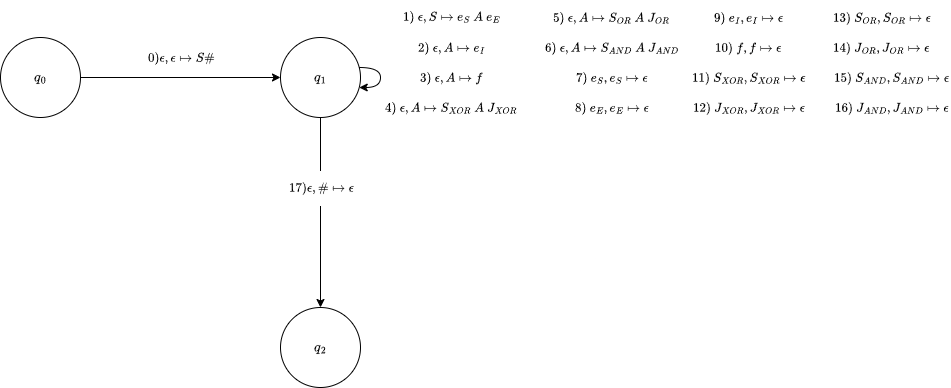
madebyams/bachelorthesis keeps this draw.io diagram as Graphics/Kellerautomat.png. Above is the earlier version. Source tidied: cells renumbered, new cells last; positions are measured from the earlier drawing's top-left corner, leaving out a move shared by most shapes.
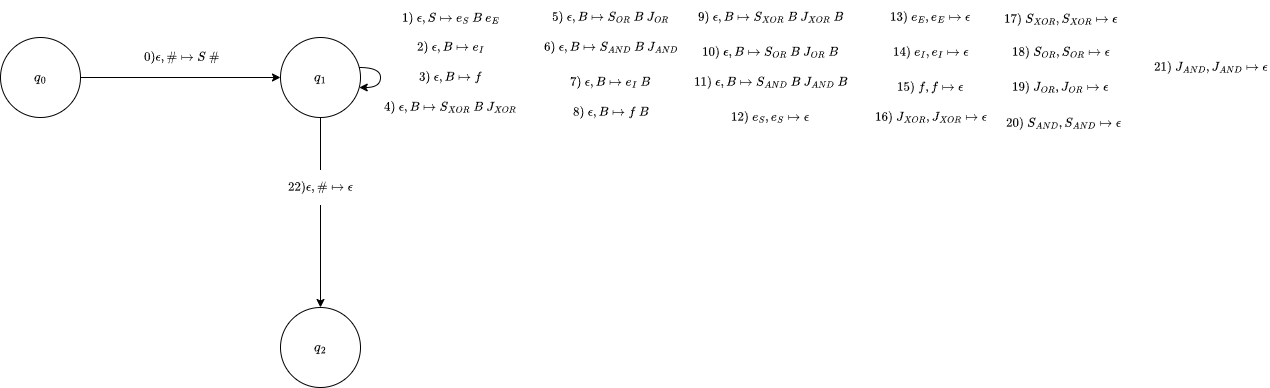
After the change.

Change to the diagram source:
```diff
@@ -5,7 +5,7 @@
     <mxCell id="2" style="edgeStyle=orthogonalEdgeStyle;rounded=0;jettySize=auto;html=1;entryX=0;entryY=0.5;entryDx=0;entryDy=0;" parent="1" edge="1" source="4" target="7">
       <mxGeometry relative="1" as="geometry" />
     </mxCell>
-    <mxCell id="3" value="$$0) \epsilon, \epsilon \mapsto S \#$$" style="edgeLabel;html=1;align=center;verticalAlign=middle;" parent="2" vertex="1">
+    <mxCell id="3" value="$$0) \epsilon, \# \mapsto S\ \#$$" style="edgeLabel;html=1;align=center;verticalAlign=middle;" parent="2" vertex="1">
       <mxGeometry x="-0.17" relative="1" as="geometry">
         <mxPoint x="17" y="-20" as="offset" />
       </mxGeometry>
@@ -16,7 +16,7 @@
     <mxCell id="5" style="edgeStyle=orthogonalEdgeStyle;rounded=0;jettySize=auto;html=1;entryX=0.5;entryY=0;entryDx=0;entryDy=0;" parent="1" edge="1" source="7" target="8">
       <mxGeometry relative="1" as="geometry" />
     </mxCell>
-    <mxCell id="6" value="$$17) \epsilon, \# \mapsto \epsilon$$" style="edgeLabel;html=1;align=center;verticalAlign=middle;" parent="5" vertex="1">
+    <mxCell id="6" value="$$22) \epsilon, \# \mapsto \epsilon$$" style="edgeLabel;html=1;align=center;verticalAlign=middle;" parent="5" vertex="1">
       <mxGeometry x="-0.27" relative="1" as="geometry" />
     </mxCell>
     <mxCell id="7" value="$$q_1$$" style="ellipse;whiteSpace=wrap;html=1;" parent="1" vertex="1">
@@ -28,58 +28,77 @@
     <mxCell id="9" style="edgeStyle=orthogonalEdgeStyle;rounded=0;orthogonalLoop=1;jettySize=auto;html=1;innerLoopWaypoints=1;curved=1;" parent="1" edge="1" source="7" target="7">
       <mxGeometry relative="1" as="geometry" />
     </mxCell>
-    <mxCell id="10" value="$$1)\ \epsilon, S \mapsto e_S \ A \ e_E$$" style="edgeLabel;html=1;align=center;verticalAlign=middle;" parent="9" vertex="1">
+    <mxCell id="10" value="$$1)\ \epsilon, S \mapsto e_S \ B \ e_E$$" style="edgeLabel;html=1;align=center;verticalAlign=middle;" parent="9" vertex="1">
       <mxGeometry x="0.16" y="-1" relative="1" as="geometry">
         <mxPoint x="71" y="-65" as="offset" />
       </mxGeometry>
     </mxCell>
-    <mxCell id="11" value="$$2)\ \epsilon, A \mapsto e_I$$" style="edgeLabel;html=1;align=center;verticalAlign=middle;" parent="1" vertex="1">
+    <mxCell id="11" value="$$2)\ \epsilon, B \mapsto e_I$$" style="edgeLabel;html=1;align=center;verticalAlign=middle;" parent="1" vertex="1">
       <mxGeometry x="450" y="30" as="geometry" />
     </mxCell>
-    <mxCell id="12" value="$$3)\ \epsilon, A \mapsto f$$" style="edgeLabel;html=1;align=center;verticalAlign=middle;" parent="1" vertex="1">
+    <mxCell id="12" value="$$3)\ \epsilon, B \mapsto f$$" style="edgeLabel;html=1;align=center;verticalAlign=middle;" parent="1" vertex="1">
       <mxGeometry x="450" y="60" as="geometry" />
     </mxCell>
-    <mxCell id="13" value="$$4)\ \epsilon, A \mapsto S_{XOR}\ A\ J_{XOR}$$" style="edgeLabel;html=1;align=center;verticalAlign=middle;" parent="1" vertex="1">
+    <mxCell id="13" value="$$4)\ \epsilon, B \mapsto S_{XOR}\ B\ J_{XOR}$$" style="edgeLabel;html=1;align=center;verticalAlign=middle;" parent="1" vertex="1">
       <mxGeometry x="450" y="90" as="geometry" />
     </mxCell>
     <mxCell id="14" value="$$5)\ \epsilon, A \mapsto S_{OR}\ A\ J_{OR}$$" style="edgeLabel;html=1;align=center;verticalAlign=middle;" parent="1" vertex="1">
       <mxGeometry x="610" as="geometry" />
     </mxCell>
-    <mxCell id="15" value="$$5)\ \epsilon, A \mapsto S_{OR}\ A\ J_{OR}$$" style="edgeLabel;html=1;align=center;verticalAlign=middle;" parent="1" vertex="1">
+    <mxCell id="15" value="$$5)\ \epsilon, B \mapsto S_{OR}\ B\ J_{OR}$$" style="edgeLabel;html=1;align=center;verticalAlign=middle;" parent="1" vertex="1">
       <mxGeometry x="610" as="geometry" />
     </mxCell>
-    <mxCell id="16" value="$$6)\ \epsilon, A \mapsto S_{AND}\ A\ J_{AND}$$" style="edgeLabel;html=1;align=center;verticalAlign=middle;" parent="1" vertex="1">
+    <mxCell id="16" value="$$6)\ \epsilon, B \mapsto S_{AND}\ B\ J_{AND}$$" style="edgeLabel;html=1;align=center;verticalAlign=middle;" parent="1" vertex="1">
       <mxGeometry x="610" y="30" as="geometry" />
     </mxCell>
-    <mxCell id="17" value="$$7)\ e_S, e_S \mapsto \epsilon$$" style="edgeLabel;html=1;align=center;verticalAlign=middle;" parent="1" vertex="1">
-      <mxGeometry x="610" y="60" as="geometry" />
+    <mxCell id="17" value="$$12)\ e_S, e_S \mapsto \epsilon$$" style="edgeLabel;html=1;align=center;verticalAlign=middle;" parent="1" vertex="1">
+      <mxGeometry x="770" y="100" as="geometry" />
     </mxCell>
-    <mxCell id="18" value="$$8)\ e_E, e_E \mapsto \epsilon$$" style="edgeLabel;html=1;align=center;verticalAlign=middle;" parent="1" vertex="1">
-      <mxGeometry x="610" y="90" as="geometry" />
+    <mxCell id="18" value="$$13)\ e_E, e_E \mapsto \epsilon$$" style="edgeLabel;html=1;align=center;verticalAlign=middle;" parent="1" vertex="1">
+      <mxGeometry x="930" as="geometry" />
     </mxCell>
-    <mxCell id="19" value="$$9)\ e_I, e_I \mapsto \epsilon$$" style="edgeLabel;html=1;align=center;verticalAlign=middle;" parent="1" vertex="1">
-      <mxGeometry x="747" as="geometry" />
+    <mxCell id="19" value="$$14)\ e_I, e_I \mapsto \epsilon$$" style="edgeLabel;html=1;align=center;verticalAlign=middle;" parent="1" vertex="1">
+      <mxGeometry x="930" y="35" as="geometry" />
     </mxCell>
-    <mxCell id="20" value="$$10)\ f, f \mapsto \epsilon$$" style="edgeLabel;html=1;align=center;verticalAlign=middle;" parent="1" vertex="1">
-      <mxGeometry x="747" y="30" as="geometry" />
+    <mxCell id="20" value="$$15)\ f, f \mapsto \epsilon$$" style="edgeLabel;html=1;align=center;verticalAlign=middle;" parent="1" vertex="1">
+      <mxGeometry x="930" y="70" as="geometry" />
     </mxCell>
-    <mxCell id="21" value="$$11)\ S_{XOR}, S_{XOR} \mapsto \epsilon$$" style="edgeLabel;html=1;align=center;verticalAlign=middle;" parent="1" vertex="1">
-      <mxGeometry x="747" y="60" as="geometry" />
+    <mxCell id="21" value="$$17)\ S_{XOR}, S_{XOR} \mapsto \epsilon$$" style="edgeLabel;html=1;align=center;verticalAlign=middle;" parent="1" vertex="1">
+      <mxGeometry x="1060" as="geometry">
+        <mxPoint y="2" as="offset" />
+      </mxGeometry>
     </mxCell>
-    <mxCell id="22" value="$$12)\ J_{XOR}, J_{XOR} \mapsto \epsilon$$" style="edgeLabel;html=1;align=center;verticalAlign=middle;" parent="1" vertex="1">
-      <mxGeometry x="747" y="90" as="geometry" />
+    <mxCell id="22" value="$$16)\ J_{XOR}, J_{XOR} \mapsto \epsilon$$" style="edgeLabel;html=1;align=center;verticalAlign=middle;" parent="1" vertex="1">
+      <mxGeometry x="930" y="100" as="geometry" />
     </mxCell>
-    <mxCell id="23" value="$$13)\ S_{OR}, S_{OR} \mapsto \epsilon$$" style="edgeLabel;html=1;align=center;verticalAlign=middle;" parent="1" vertex="1">
-      <mxGeometry x="880" as="geometry" />
+    <mxCell id="23" value="$$18)\ S_{OR}, S_{OR} \mapsto \epsilon$$" style="edgeLabel;html=1;align=center;verticalAlign=middle;" parent="1" vertex="1">
+      <mxGeometry x="1060" y="35" as="geometry" />
     </mxCell>
-    <mxCell id="24" value="$$14)\ J_{OR}, J_{OR} \mapsto \epsilon$$" style="edgeLabel;html=1;align=center;verticalAlign=middle;" parent="1" vertex="1">
-      <mxGeometry x="880" y="30" as="geometry" />
+    <mxCell id="24" value="$$19)\ J_{OR}, J_{OR} \mapsto \epsilon$$" style="edgeLabel;html=1;align=center;verticalAlign=middle;" parent="1" vertex="1">
+      <mxGeometry x="1060" y="70" as="geometry" />
     </mxCell>
-    <mxCell id="25" value="$$15)\ S_{AND}, S_{AND} \mapsto \epsilon$$" style="edgeLabel;html=1;align=center;verticalAlign=middle;" parent="1" vertex="1">
-      <mxGeometry x="890" y="60" as="geometry" />
+    <mxCell id="25" value="$$20)\ S_{AND}, S_{AND} \mapsto \epsilon$$" style="edgeLabel;html=1;align=center;verticalAlign=middle;" parent="1" vertex="1">
+      <mxGeometry x="1060" y="110" as="geometry">
+        <mxPoint x="3" y="-4" as="offset" />
+      </mxGeometry>
     </mxCell>
-    <mxCell id="26" value="$$16)\ J_{AND}, J_{AND} \mapsto \epsilon$$" style="edgeLabel;html=1;align=center;verticalAlign=middle;" parent="1" vertex="1">
-      <mxGeometry x="890" y="90" as="geometry" />
+    <mxCell id="26" value="$$21)\ J_{AND}, J_{AND} \mapsto \epsilon$$" style="edgeLabel;html=1;align=center;verticalAlign=middle;" parent="1" vertex="1">
+      <mxGeometry x="1210" y="50" as="geometry" />
     </mxCell>
+    <mxCell id="27" value="$$7)\ \epsilon, B \mapsto e_I\ B$$" style="edgeLabel;html=1;align=center;verticalAlign=middle;" parent="1" vertex="1">
+      <mxGeometry x="610" y="65" as="geometry" />
+    </mxCell>
+    <mxCell id="28" value="$$8)\ \epsilon, B \mapsto f\ B$$" style="edgeLabel;html=1;align=center;verticalAlign=middle;" parent="1" vertex="1">
+      <mxGeometry x="610" y="95" as="geometry" />
+    </mxCell>
+    <mxCell id="29" value="$$9)\ \epsilon, B \mapsto S_{XOR}\ B\ J_{XOR}\ B$$" style="edgeLabel;html=1;align=center;verticalAlign=middle;" parent="1" vertex="1">
+      <mxGeometry x="770" as="geometry" />
+    </mxCell>
+    <mxCell id="30" value="$$10)\ \epsilon, B \mapsto S_{OR}\ B\ J_{OR}\ B$$" style="edgeLabel;html=1;align=center;verticalAlign=middle;" parent="1" vertex="1">
+      <mxGeometry x="770" y="35" as="geometry" />
+    </mxCell>
+    <mxCell id="31" value="$$11)\ \epsilon, B \mapsto S_{AND}\ B\ J_{AND}\ B$$" style="edgeLabel;html=1;align=center;verticalAlign=middle;" parent="1" vertex="1">
+      <mxGeometry x="770" y="65" as="geometry" />
+    </mxCell>
   </root>
 </mxGraphModel>
```
